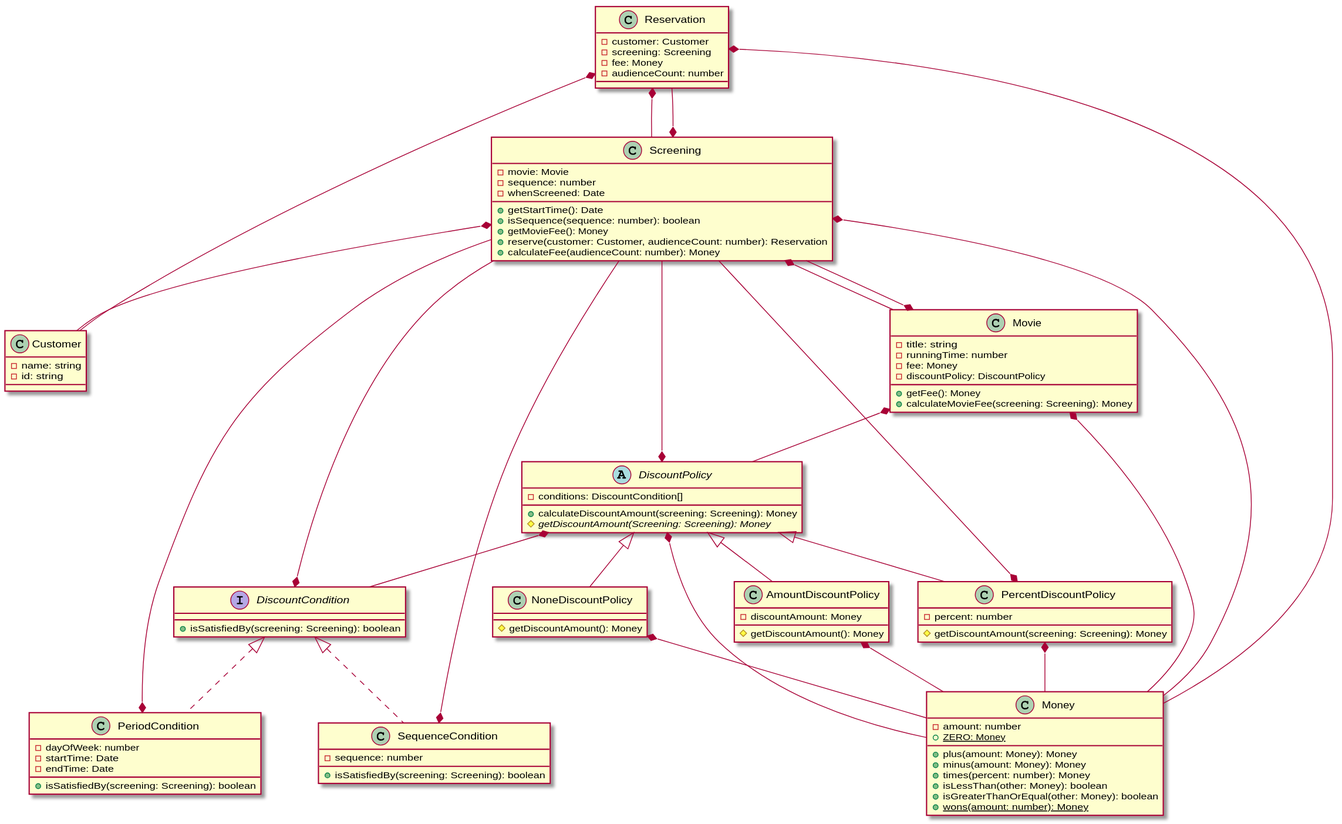
Earlier version of the PlantUML export chapter2/tplant.svg (vomvoru/object-study).
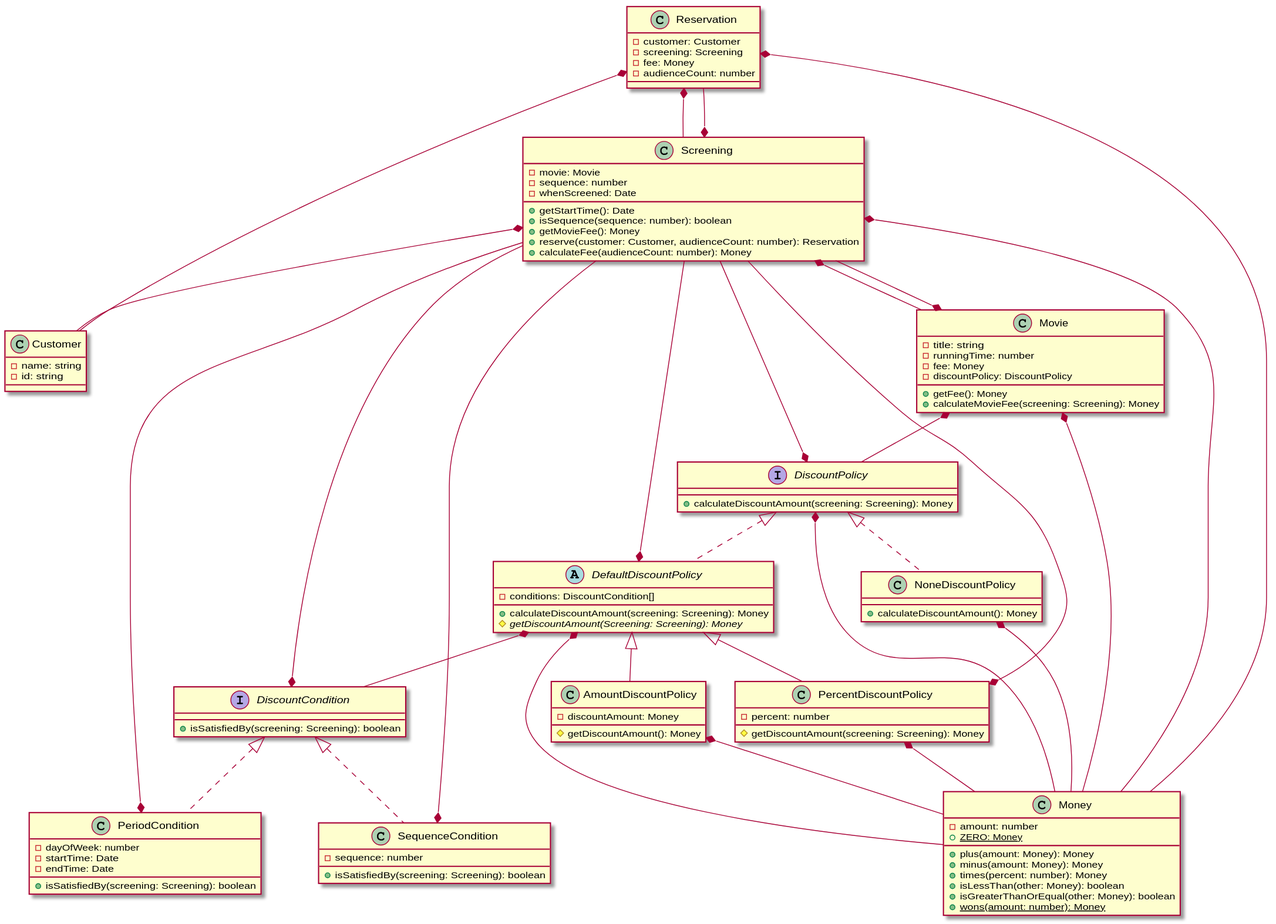
After the change.

The edit, as a diff of the source:
```diff
@@ -13,10 +13,8 @@
     +{static} ZERO: Money
     +{static} wons(amount: number): Money
 }
-abstract class DiscountPolicy {
-    -conditions: DiscountCondition[]
+interface DiscountPolicy {
     +calculateDiscountAmount(screening: Screening): Money
-    #{abstract} getDiscountAmount(Screening: Screening): Money
 }
 class Movie {
     -title: string
@@ -45,14 +43,19 @@
 interface DiscountCondition {
     +isSatisfiedBy(screening: Screening): boolean
 }
-class AmountDiscountPolicy extends DiscountPolicy {
+abstract class DefaultDiscountPolicy implements DiscountPolicy {
+    -conditions: DiscountCondition[]
+    +calculateDiscountAmount(screening: Screening): Money
+    #{abstract} getDiscountAmount(Screening: Screening): Money
+}
+class AmountDiscountPolicy extends DefaultDiscountPolicy {
     -discountAmount: Money
     #getDiscountAmount(): Money
 }
-class NoneDiscountPolicy extends DiscountPolicy {
-    #getDiscountAmount(): Money
+class NoneDiscountPolicy implements DiscountPolicy {
+    +calculateDiscountAmount(): Money
 }
-class PercentDiscountPolicy extends DiscountPolicy {
+class PercentDiscountPolicy extends DefaultDiscountPolicy {
     -percent: number
     #getDiscountAmount(screening: Screening): Money
 }
@@ -66,7 +69,6 @@
     -sequence: number
     +isSatisfiedBy(screening: Screening): boolean
 }
-DiscountPolicy *-- DiscountCondition
 DiscountPolicy *-- Screening
 DiscountPolicy *-- Money
 Movie *-- Money
@@ -80,6 +82,9 @@
 Screening *-- Customer
 Screening *-- Reservation
 DiscountCondition *-- Screening
+DefaultDiscountPolicy *-- DiscountCondition
+DefaultDiscountPolicy *-- Screening
+DefaultDiscountPolicy *-- Money
 AmountDiscountPolicy *-- Money
 NoneDiscountPolicy *-- Money
 PercentDiscountPolicy *-- Screening
```
